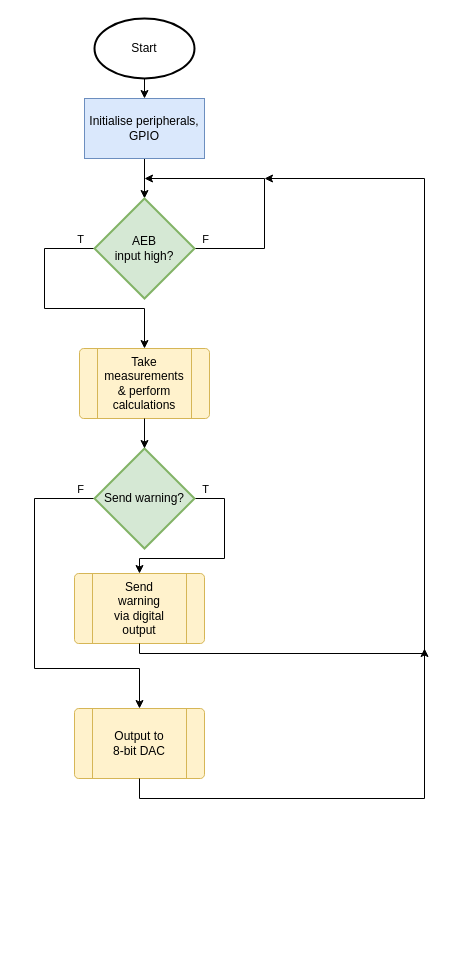
Earlier version of the draw.io diagram page "high_level" (1 of 2) of braking.drawio (Jiarong-Zhang/a2_braking). Source tidied: cells renumbered, new cells numbered last; positions are measured from the earlier drawing's top-left corner, leaving out a move shared by most shapes. Both pictures are drawn from the tidied source at 100%, with x=0, y=0 at pixel (34, 18).
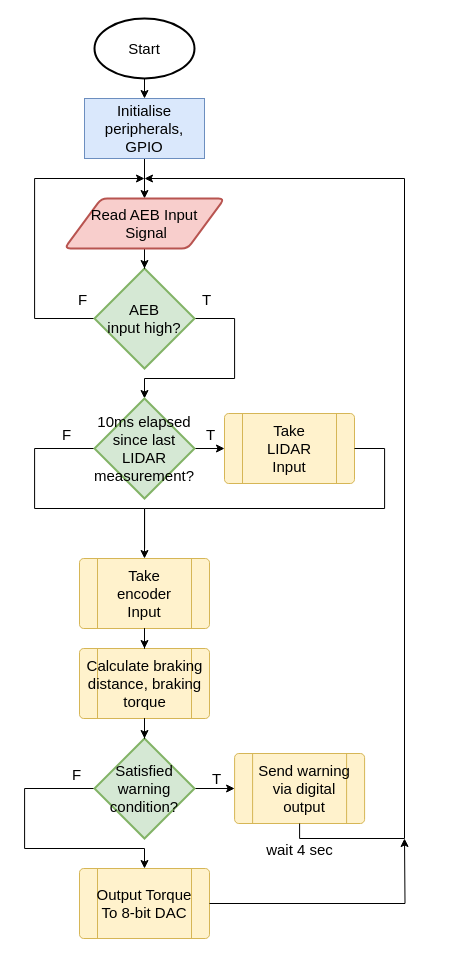
The same diagram, later.

The edit, as a diff of the source:
```diff
@@
-    <mxCell id="2" style="edgeStyle=orthogonalEdgeStyle;rounded=0;jettySize=auto;html=1;exitX=0.5;exitY=1;exitDx=0;exitDy=0;exitPerimeter=0;entryX=0.5;entryY=0;entryDx=0;entryDy=0;" parent="1" edge="1" source="3" target="5">
+    <mxCell id="2" style="edgeStyle=orthogonalEdgeStyle;rounded=0;jettySize=auto;html=1;exitX=0.5;exitY=1;exitDx=0;exitDy=0;exitPerimeter=0;entryX=0.5;entryY=0;entryDx=0;entryDy=0;fontSize=15;" parent="1" edge="1" source="3" target="5">
       <mxGeometry relative="1" as="geometry" />
     </mxCell>
-    <mxCell id="3" value="&lt;div&gt;Start&lt;/div&gt;" style="strokeWidth=2;html=1;shape=mxgraph.flowchart.start_1;whiteSpace=wrap;" parent="1" vertex="1">
+    <mxCell id="3" value="&lt;div style=&quot;font-size: 15px;&quot;&gt;Start&lt;/div&gt;" style="strokeWidth=2;html=1;shape=mxgraph.flowchart.start_1;whiteSpace=wrap;fontSize=15;" parent="1" vertex="1">
       <mxGeometry x="60" width="100" height="60" as="geometry" />
     </mxCell>
-    <mxCell id="4" style="edgeStyle=orthogonalEdgeStyle;rounded=0;jettySize=auto;html=1;exitX=0.5;exitY=1;exitDx=0;exitDy=0;entryX=0.5;entryY=0;entryDx=0;entryDy=0;entryPerimeter=0;" parent="1" edge="1" source="5" target="10">
-      <mxGeometry relative="1" as="geometry" />
-    </mxCell>
+    <mxCell id="28" style="edgeStyle=orthogonalEdgeStyle;rounded=0;jettySize=auto;html=1;exitX=0.5;exitY=1;exitDx=0;exitDy=0;fontSize=15;" parent="1" edge="1" source="5" target="60">
+      <mxGeometry relative="1" as="geometry" />
+    </mxCell>
-    <mxCell id="5" value="Initialise peripherals, GPIO" style="rounded=0;whiteSpace=wrap;html=1;fillColor=#dae8fc;strokeColor=#6c8ebf;sketch=0;" parent="1" vertex="1">
+    <mxCell id="5" value="Initialise peripherals, GPIO" style="rounded=0;whiteSpace=wrap;html=1;fillColor=#dae8fc;strokeColor=#6c8ebf;sketch=0;fontSize=15;" parent="1" vertex="1">
       <mxGeometry x="50" y="80" width="120" height="60" as="geometry" />
     </mxCell>
-    <mxCell id="6" style="edgeStyle=orthogonalEdgeStyle;rounded=0;jettySize=auto;html=1;" parent="1" edge="1" source="10">
-      <mxGeometry relative="1" as="geometry">
-        <mxPoint x="110" y="160" as="targetPoint" />
-        <Array as="points">
-          <mxPoint x="230" y="230" />
-          <mxPoint x="230" y="160" />
-        </Array>
-      </mxGeometry>
-    </mxCell>
-    <mxCell id="7" value="&lt;div&gt;F&lt;/div&gt;" style="edgeLabel;html=1;align=center;verticalAlign=middle;" parent="6" vertex="1">
-      <mxGeometry x="-0.85" y="3" relative="1" as="geometry">
-        <mxPoint x="-10" y="-7" as="offset" />
-      </mxGeometry>
-    </mxCell>
-    <mxCell id="8" style="edgeStyle=orthogonalEdgeStyle;rounded=0;jettySize=auto;html=1;exitX=0;exitY=0.5;exitDx=0;exitDy=0;exitPerimeter=0;entryX=0.5;entryY=0;entryDx=0;entryDy=0;" parent="1" edge="1" source="10" target="12">
-      <mxGeometry relative="1" as="geometry">
-        <Array as="points">
-          <mxPoint x="10" y="230" />
-          <mxPoint x="10" y="290" />
-          <mxPoint x="110" y="290" />
-        </Array>
-      </mxGeometry>
-    </mxCell>
-    <mxCell id="9" value="&lt;div&gt;T&lt;/div&gt;" style="edgeLabel;html=1;align=center;verticalAlign=middle;" parent="8" vertex="1">
-      <mxGeometry x="-0.87" y="2" relative="1" as="geometry">
-        <mxPoint x="1" y="-12" as="offset" />
-      </mxGeometry>
-    </mxCell>
+    <mxCell id="29" style="edgeStyle=orthogonalEdgeStyle;rounded=0;jettySize=auto;html=1;exitX=0;exitY=0.5;exitDx=0;exitDy=0;exitPerimeter=0;fontSize=15;" parent="1" edge="1" source="10">
+      <mxGeometry relative="1" as="geometry">
+        <mxPoint x="110" y="160" as="targetPoint" />
+        <Array as="points">
+          <mxPoint x="0.1" y="300" />
+          <mxPoint x="0.1" y="160" />
+        </Array>
+      </mxGeometry>
+    </mxCell>
+    <mxCell id="30" value="F" style="edgeLabel;html=1;align=center;verticalAlign=middle;fontSize=15;" parent="29" vertex="1">
+      <mxGeometry x="-0.87" y="2" relative="1" as="geometry">
+        <mxPoint x="7" y="-22" as="offset" />
+      </mxGeometry>
+    </mxCell>
+    <mxCell id="31" style="edgeStyle=orthogonalEdgeStyle;rounded=0;jettySize=auto;html=1;entryX=0.5;entryY=0;entryDx=0;entryDy=0;entryPerimeter=0;endArrow=classic;endFill=1;exitX=1;exitY=0.5;exitDx=0;exitDy=0;exitPerimeter=0;fontSize=15;" parent="1" edge="1" source="10" target="37">
+      <mxGeometry relative="1" as="geometry">
+        <Array as="points">
+          <mxPoint x="200.1" y="300" />
+          <mxPoint x="200.1" y="360" />
+          <mxPoint x="110.1" y="360" />
+        </Array>
+      </mxGeometry>
+    </mxCell>
+    <mxCell id="32" value="T" style="edgeLabel;html=1;align=center;verticalAlign=middle;fontSize=15;" parent="31" vertex="1">
+      <mxGeometry x="-0.9" relative="1" as="geometry">
+        <mxPoint y="-20" as="offset" />
+      </mxGeometry>
+    </mxCell>
-    <mxCell id="10" value="&lt;div&gt;AEB &lt;br&gt;&lt;/div&gt;&lt;div&gt;input high?&lt;/div&gt;" style="strokeWidth=2;html=1;shape=mxgraph.flowchart.decision;whiteSpace=wrap;fillColor=#d5e8d4;strokeColor=#82b366;" parent="1" vertex="1">
-      <mxGeometry x="60" y="180" width="100" height="100" as="geometry" />
+    <mxCell id="10" value="&lt;div style=&quot;font-size: 15px;&quot;&gt;AEB &lt;br style=&quot;font-size: 15px;&quot;&gt;&lt;/div&gt;&lt;div style=&quot;font-size: 15px;&quot;&gt;input high?&lt;/div&gt;" style="strokeWidth=2;html=1;shape=mxgraph.flowchart.decision;whiteSpace=wrap;fillColor=#d5e8d4;strokeColor=#82b366;fontSize=15;" parent="1" vertex="1">
+      <mxGeometry x="60" y="250" width="100" height="100" as="geometry" />
     </mxCell>
-    <mxCell id="11" style="group;" parent="1" vertex="1">
-      <mxGeometry x="45" y="330" width="130" height="70" as="geometry" />
-    </mxCell>
-    <mxCell id="12" style="verticalLabelPosition=bottom;verticalAlign=top;html=1;shape=process;whiteSpace=wrap;rounded=1;size=0.14;arcSize=6;fillColor=#fff2cc;strokeColor=#d6b656;" parent="11" vertex="1">
-      <mxGeometry width="130" height="70" as="geometry" />
-    </mxCell>
-    <mxCell id="13" value="&lt;div&gt;Take measurements &amp;amp; perform calculations&lt;/div&gt;" style="text;html=1;strokeColor=none;fillColor=none;align=center;verticalAlign=middle;whiteSpace=wrap;rounded=0;" parent="11" vertex="1">
-      <mxGeometry x="35" y="20" width="60" height="30" as="geometry" />
-    </mxCell>
-    <mxCell id="14" style="edgeStyle=orthogonalEdgeStyle;rounded=0;jettySize=auto;html=1;entryX=0.5;entryY=0;entryDx=0;entryDy=0;" parent="1" edge="1" source="18" target="21">
-      <mxGeometry relative="1" as="geometry">
-        <Array as="points">
-          <mxPoint x="190" y="480" />
-          <mxPoint x="190" y="540" />
-          <mxPoint x="105" y="540" />
-        </Array>
-      </mxGeometry>
-    </mxCell>
-    <mxCell id="15" value="T" style="edgeLabel;html=1;align=center;verticalAlign=middle;" parent="14" vertex="1">
-      <mxGeometry x="-0.76" y="-1" relative="1" as="geometry">
-        <mxPoint x="-13" y="-11" as="offset" />
-      </mxGeometry>
-    </mxCell>
-    <mxCell id="16" style="edgeStyle=orthogonalEdgeStyle;rounded=0;jettySize=auto;html=1;exitX=0;exitY=0.5;exitDx=0;exitDy=0;exitPerimeter=0;" parent="1" edge="1" source="18" target="25">
-      <mxGeometry relative="1" as="geometry">
-        <Array as="points">
-          <mxPoint y="480" />
-          <mxPoint y="650" />
-          <mxPoint x="105" y="650" />
-        </Array>
-      </mxGeometry>
-    </mxCell>
-    <mxCell id="17" value="F" style="edgeLabel;html=1;align=center;verticalAlign=middle;" parent="16" vertex="1">
-      <mxGeometry x="-0.9" y="-2" relative="1" as="geometry">
-        <mxPoint x="4" y="-8" as="offset" />
-      </mxGeometry>
-    </mxCell>
-    <mxCell id="18" value="&lt;div&gt;Send warning?&lt;/div&gt;" style="strokeWidth=2;html=1;shape=mxgraph.flowchart.decision;whiteSpace=wrap;fillColor=#d5e8d4;strokeColor=#82b366;" parent="1" vertex="1">
-      <mxGeometry x="60" y="430" width="100" height="100" as="geometry" />
-    </mxCell>
-    <mxCell id="19" style="edgeStyle=orthogonalEdgeStyle;rounded=0;jettySize=auto;html=1;" parent="1" edge="1" source="12" target="18">
-      <mxGeometry relative="1" as="geometry" />
-    </mxCell>
-    <mxCell id="20" style="group;" parent="1" vertex="1">
-      <mxGeometry x="40" y="555" width="130" height="70" as="geometry" />
-    </mxCell>
-    <mxCell id="21" style="verticalLabelPosition=bottom;verticalAlign=top;html=1;shape=process;whiteSpace=wrap;rounded=1;size=0.14;arcSize=6;fillColor=#fff2cc;strokeColor=#d6b656;" parent="20" vertex="1">
-      <mxGeometry width="130" height="70" as="geometry" />
-    </mxCell>
+    <mxCell id="33" style="edgeStyle=orthogonalEdgeStyle;rounded=0;jettySize=auto;html=1;entryX=0;entryY=0.5;entryDx=0;entryDy=0;fontSize=15;" parent="1" edge="1" source="37" target="53">
+      <mxGeometry relative="1" as="geometry" />
+    </mxCell>
+    <mxCell id="34" value="T" style="edgeLabel;html=1;align=center;verticalAlign=middle;fontSize=15;" parent="33" vertex="1">
+      <mxGeometry x="-0.25" relative="1" as="geometry">
+        <mxPoint x="-4" y="-15" as="offset" />
+      </mxGeometry>
+    </mxCell>
+    <mxCell id="35" style="edgeStyle=orthogonalEdgeStyle;rounded=0;jettySize=auto;html=1;entryX=0.5;entryY=0;entryDx=0;entryDy=0;fontSize=15;" parent="1" edge="1" source="37" target="56">
+      <mxGeometry relative="1" as="geometry">
+        <Array as="points">
+          <mxPoint x="0.1" y="430" />
+          <mxPoint x="0.1" y="490" />
+          <mxPoint x="110.1" y="490" />
+        </Array>
+      </mxGeometry>
+    </mxCell>
+    <mxCell id="36" value="F" style="edgeLabel;html=1;align=center;verticalAlign=middle;fontSize=15;" parent="35" vertex="1">
+      <mxGeometry x="-0.79" relative="1" as="geometry">
+        <mxPoint y="-15" as="offset" />
+      </mxGeometry>
+    </mxCell>
+    <mxCell id="37" value="10ms elapsed since last LIDAR measurement?" style="strokeWidth=2;html=1;shape=mxgraph.flowchart.decision;whiteSpace=wrap;fillColor=#d5e8d4;strokeColor=#82b366;fontSize=15;" parent="1" vertex="1">
+      <mxGeometry x="60" y="380" width="100" height="100" as="geometry" />
+    </mxCell>
+    <mxCell id="38" value="T" style="edgeStyle=orthogonalEdgeStyle;rounded=0;jettySize=auto;html=1;entryX=0;entryY=0.5;entryDx=0;entryDy=0;fontSize=15;" parent="1" edge="1" source="41" target="43">
+      <mxGeometry x="0.11" y="10" relative="1" as="geometry" />
+    </mxCell>
+    <mxCell id="39" style="edgeStyle=orthogonalEdgeStyle;rounded=0;jettySize=auto;html=1;entryX=0.5;entryY=0;entryDx=0;entryDy=0;fontSize=15;" parent="1" edge="1" source="41" target="45">
+      <mxGeometry relative="1" as="geometry">
+        <Array as="points">
+          <mxPoint x="-9.9" y="770" />
+          <mxPoint x="-9.9" y="830" />
+          <mxPoint x="110.1" y="830" />
+          <mxPoint x="110.1" y="850" />
+        </Array>
+      </mxGeometry>
+    </mxCell>
+    <mxCell id="40" value="F" style="edgeLabel;html=1;align=center;verticalAlign=middle;fontSize=15;" parent="39" vertex="1">
+      <mxGeometry x="-0.86" y="-1" relative="1" as="geometry">
+        <mxPoint y="-14" as="offset" />
+      </mxGeometry>
+    </mxCell>
+    <mxCell id="41" value="Satisfied warning condition?" style="strokeWidth=2;html=1;shape=mxgraph.flowchart.decision;whiteSpace=wrap;fillColor=#d5e8d4;strokeColor=#82b366;fontSize=15;" parent="1" vertex="1">
+      <mxGeometry x="60" y="720" width="100" height="100" as="geometry" />
+    </mxCell>
+    <mxCell id="42" style="group;fontSize=15;" parent="1" vertex="1">
+      <mxGeometry x="200.1" y="735" width="140" height="70" as="geometry" />
+    </mxCell>
+    <mxCell id="43" style="verticalLabelPosition=bottom;verticalAlign=top;html=1;shape=process;whiteSpace=wrap;rounded=1;size=0.14;arcSize=6;fillColor=#fff2cc;strokeColor=#d6b656;fontSize=15;" parent="42" vertex="1">
+      <mxGeometry width="130" height="70" as="geometry" />
+    </mxCell>
-    <mxCell id="22" value="&lt;div&gt;Send warning&lt;/div&gt;&lt;div&gt;via digital output&lt;br&gt;&lt;/div&gt;" style="text;html=1;strokeColor=none;fillColor=none;align=center;verticalAlign=middle;whiteSpace=wrap;rounded=0;" parent="20" vertex="1">
-      <mxGeometry x="35" y="20" width="60" height="30" as="geometry" />
+    <mxCell id="22" value="&lt;div style=&quot;font-size: 15px;&quot;&gt;Send warning&lt;/div&gt;&lt;div style=&quot;font-size: 15px;&quot;&gt;via digital output&lt;br style=&quot;font-size: 15px;&quot;&gt;&lt;/div&gt;" style="text;html=1;strokeColor=none;fillColor=none;align=center;verticalAlign=middle;whiteSpace=wrap;rounded=0;fontSize=15;" parent="42" vertex="1">
+      <mxGeometry x="15" y="20" width="110" height="30" as="geometry" />
     </mxCell>
-    <mxCell id="23" style="edgeStyle=orthogonalEdgeStyle;rounded=0;jettySize=auto;html=1;" parent="1" edge="1" source="21">
-      <mxGeometry relative="1" as="geometry">
-        <mxPoint x="230" y="160" as="targetPoint" />
-        <Array as="points">
-          <mxPoint x="390" y="635" />
-          <mxPoint x="390" y="160" />
-        </Array>
-      </mxGeometry>
-    </mxCell>
-    <mxCell id="24" style="group;" parent="1" vertex="1">
-      <mxGeometry x="40" y="690" width="130" height="70" as="geometry" />
-    </mxCell>
-    <mxCell id="25" style="verticalLabelPosition=bottom;verticalAlign=top;html=1;shape=process;whiteSpace=wrap;rounded=1;size=0.14;arcSize=6;fillColor=#fff2cc;strokeColor=#d6b656;" parent="24" vertex="1">
-      <mxGeometry width="130" height="70" as="geometry" />
-    </mxCell>
-    <mxCell id="26" value="Output to 8-bit DAC" style="text;html=1;strokeColor=none;fillColor=none;align=center;verticalAlign=middle;whiteSpace=wrap;rounded=0;" parent="24" vertex="1">
-      <mxGeometry x="35" y="20" width="60" height="30" as="geometry" />
-    </mxCell>
-    <mxCell id="27" style="edgeStyle=orthogonalEdgeStyle;rounded=0;jettySize=auto;html=1;" parent="1" edge="1" source="25">
-      <mxGeometry relative="1" as="geometry">
-        <mxPoint x="390" y="630" as="targetPoint" />
-        <Array as="points">
-          <mxPoint x="105" y="780" />
-          <mxPoint x="390" y="780" />
-        </Array>
-      </mxGeometry>
-    </mxCell>
+    <mxCell id="44" style="group;fontSize=15;" parent="1" vertex="1">
+      <mxGeometry x="45" y="850" width="130" height="70" as="geometry" />
+    </mxCell>
+    <mxCell id="45" style="verticalLabelPosition=bottom;verticalAlign=top;html=1;shape=process;whiteSpace=wrap;rounded=1;size=0.14;arcSize=6;fillColor=#fff2cc;strokeColor=#d6b656;fontSize=15;" parent="44" vertex="1">
+      <mxGeometry width="130" height="70" as="geometry" />
+    </mxCell>
+    <mxCell id="46" value="Output Torque To 8-bit DAC" style="text;html=1;strokeColor=none;fillColor=none;align=center;verticalAlign=middle;whiteSpace=wrap;rounded=0;fontSize=15;" parent="44" vertex="1">
+      <mxGeometry x="15" y="20" width="100" height="30" as="geometry" />
+    </mxCell>
+    <mxCell id="47" style="group;fontSize=15;" parent="1" vertex="1">
+      <mxGeometry x="45" y="630" width="160" height="70" as="geometry" />
+    </mxCell>
+    <mxCell id="48" style="verticalLabelPosition=bottom;verticalAlign=top;html=1;shape=process;whiteSpace=wrap;rounded=1;size=0.14;arcSize=6;fillColor=#fff2cc;strokeColor=#d6b656;fontSize=15;" parent="47" vertex="1">
+      <mxGeometry width="130" height="70" as="geometry" />
+    </mxCell>
+    <mxCell id="49" value="Calculate braking distance, braking torque" style="text;html=1;strokeColor=none;fillColor=none;align=center;verticalAlign=middle;whiteSpace=wrap;rounded=0;fontSize=15;" parent="47" vertex="1">
+      <mxGeometry x="2.5" y="20" width="125" height="30" as="geometry" />
+    </mxCell>
+    <mxCell id="50" style="edgeStyle=orthogonalEdgeStyle;rounded=0;jettySize=auto;html=1;fontSize=15;" parent="1" edge="1" source="48" target="41">
+      <mxGeometry relative="1" as="geometry" />
+    </mxCell>
+    <mxCell id="51" style="edgeStyle=orthogonalEdgeStyle;rounded=0;jettySize=auto;html=1;fontSize=15;" parent="1" edge="1" source="45">
+      <mxGeometry relative="1" as="geometry">
+        <mxPoint x="370" y="820" as="targetPoint" />
+      </mxGeometry>
+    </mxCell>
+    <mxCell id="52" style="group;fontSize=15;" parent="1" vertex="1">
+      <mxGeometry x="190" y="395" width="130" height="70" as="geometry" />
+    </mxCell>
+    <mxCell id="53" style="verticalLabelPosition=bottom;verticalAlign=top;html=1;shape=process;whiteSpace=wrap;rounded=1;size=0.14;arcSize=6;fillColor=#fff2cc;strokeColor=#d6b656;fontSize=15;" parent="52" vertex="1">
+      <mxGeometry width="130" height="70" as="geometry" />
+    </mxCell>
+    <mxCell id="54" value="Take LIDAR Input" style="text;html=1;strokeColor=none;fillColor=none;align=center;verticalAlign=middle;whiteSpace=wrap;rounded=0;fontSize=15;" parent="52" vertex="1">
+      <mxGeometry x="35" y="20" width="60" height="30" as="geometry" />
+    </mxCell>
+    <mxCell id="55" style="group;fontSize=15;" parent="1" vertex="1">
+      <mxGeometry x="45" y="540" width="130" height="70" as="geometry" />
+    </mxCell>
+    <mxCell id="56" style="verticalLabelPosition=bottom;verticalAlign=top;html=1;shape=process;whiteSpace=wrap;rounded=1;size=0.14;arcSize=6;fillColor=#fff2cc;strokeColor=#d6b656;fontSize=15;" parent="55" vertex="1">
+      <mxGeometry width="130" height="70" as="geometry" />
+    </mxCell>
+    <mxCell id="57" value="Take encoder Input" style="text;html=1;strokeColor=none;fillColor=none;align=center;verticalAlign=middle;whiteSpace=wrap;rounded=0;fontSize=15;" parent="55" vertex="1">
+      <mxGeometry x="35" y="20" width="60" height="30" as="geometry" />
+    </mxCell>
+    <mxCell id="58" style="edgeStyle=orthogonalEdgeStyle;rounded=0;jettySize=auto;html=1;exitX=1;exitY=0.5;exitDx=0;exitDy=0;endArrow=none;endFill=0;fontSize=15;" parent="1" edge="1" source="53">
+      <mxGeometry relative="1" as="geometry">
+        <mxPoint x="110.1" y="530" as="targetPoint" />
+        <Array as="points">
+          <mxPoint x="350.1" y="430" />
+          <mxPoint x="350.1" y="490" />
+          <mxPoint x="110.1" y="490" />
+        </Array>
+      </mxGeometry>
+    </mxCell>
+    <mxCell id="59" style="edgeStyle=orthogonalEdgeStyle;rounded=0;jettySize=auto;html=1;endArrow=classic;endFill=1;fontSize=15;" parent="1" edge="1" source="60" target="10">
+      <mxGeometry relative="1" as="geometry" />
+    </mxCell>
+    <mxCell id="60" value="&lt;div style=&quot;font-size: 15px;&quot;&gt;Read AEB Input&lt;br style=&quot;font-size: 15px;&quot;&gt;&lt;/div&gt;&lt;div style=&quot;font-size: 15px;&quot;&gt;&amp;nbsp;Signal&lt;/div&gt;" style="shape=parallelogram;html=1;strokeWidth=2;perimeter=parallelogramPerimeter;whiteSpace=wrap;rounded=1;arcSize=12;size=0.23;fillColor=#f8cecc;strokeColor=#b85450;sketch=0;fontSize=15;" parent="1" vertex="1">
+      <mxGeometry x="30" y="180" width="160" height="50" as="geometry" />
+    </mxCell>
+    <mxCell id="61" style="edgeStyle=orthogonalEdgeStyle;rounded=0;jettySize=auto;html=1;endArrow=classic;endFill=1;fontSize=15;" parent="1" edge="1" source="43">
+      <mxGeometry relative="1" as="geometry">
+        <mxPoint x="110" y="160" as="targetPoint" />
+        <Array as="points">
+          <mxPoint x="370" y="820" />
+          <mxPoint x="370" y="160" />
+        </Array>
+      </mxGeometry>
+    </mxCell>
+    <mxCell id="62" value="wait 4 sec" style="edgeLabel;html=1;align=center;verticalAlign=middle;fontSize=15;" parent="61" vertex="1">
+      <mxGeometry x="-0.85" y="-1" relative="1" as="geometry">
+        <mxPoint x="-64" y="9" as="offset" />
+      </mxGeometry>
+    </mxCell>
+    <mxCell id="63" style="edgeStyle=orthogonalEdgeStyle;rounded=0;jettySize=auto;html=1;entryX=0.5;entryY=0;entryDx=0;entryDy=0;fontSize=15;" parent="1" edge="1" source="56" target="48">
+      <mxGeometry relative="1" as="geometry" />
+    </mxCell>
```
